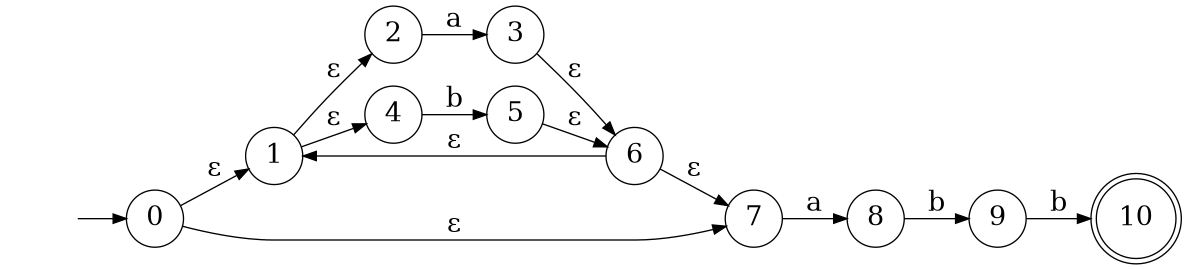
Before: NFA_Graph.gv.png, a diagram exported from Graphviz (phanminhtai23/Automata_NFAe-to-DFA). Its source is kept beside it as NFA_Graph.gv.
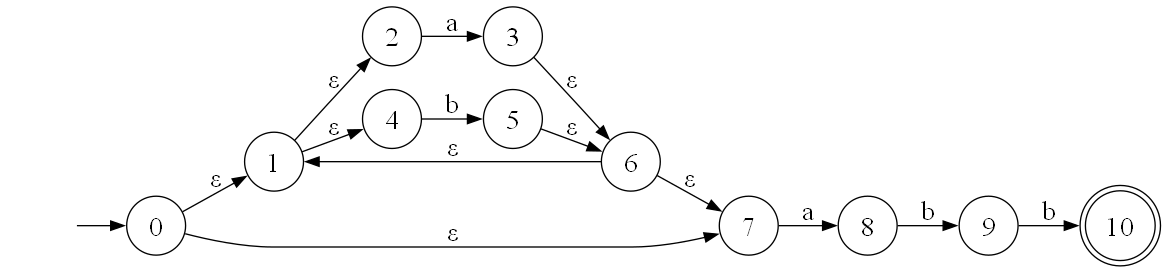
Later version of the same file.

The edit, as a diff of the source:
```diff
@@ -15,16 +15,16 @@
 	8 [label=8 shape=circle]
 	9 [label=9 shape=circle]
 	"" -> 0 [label=""]
+	0 -> 7 [label="ε"]
 	0 -> 1 [label="ε"]
-	0 -> 7 [label="ε"]
 	1 -> 2 [label="ε"]
 	1 -> 4 [label="ε"]
 	2 -> 3 [label=a]
 	3 -> 6 [label="ε"]
 	4 -> 5 [label=b]
 	5 -> 6 [label="ε"]
+	6 -> 7 [label="ε"]
 	6 -> 1 [label="ε"]
-	6 -> 7 [label="ε"]
 	7 -> 8 [label=a]
 	8 -> 9 [label=b]
 	9 -> 10 [label=b]
```
